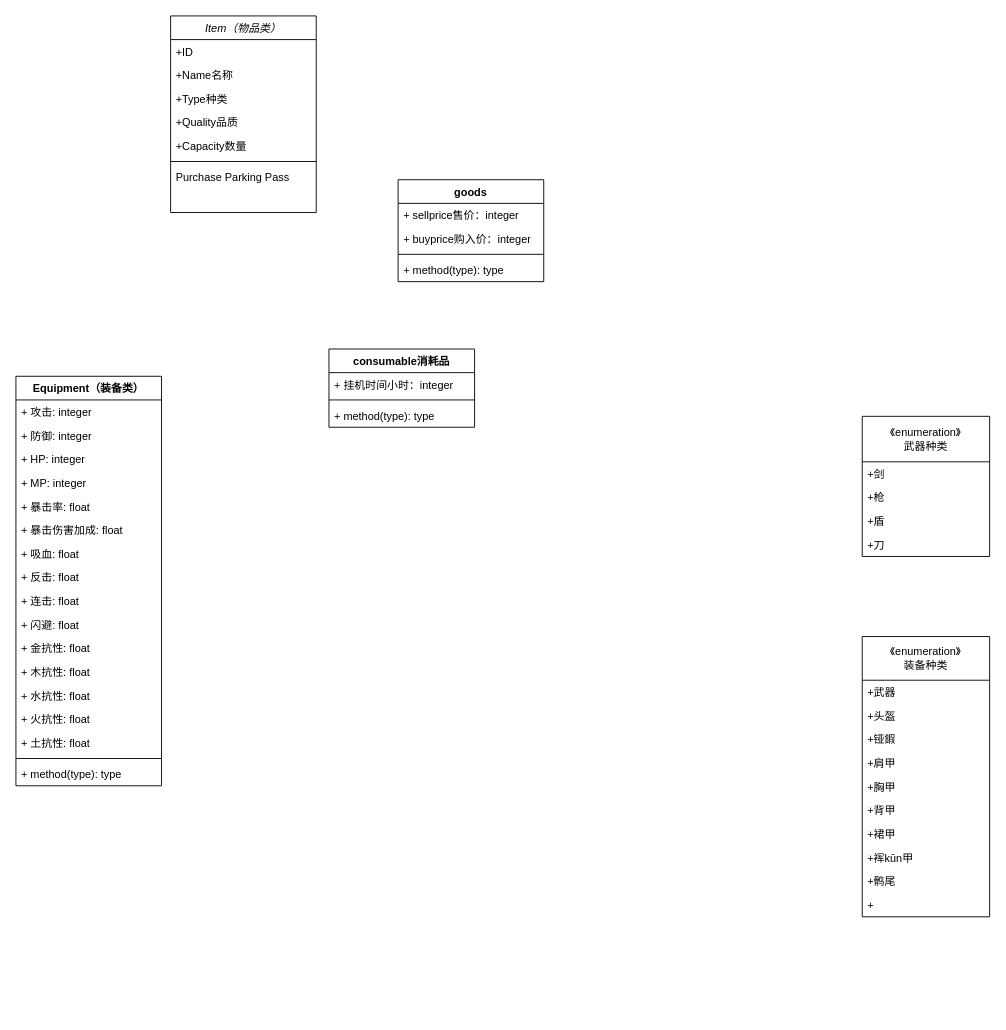
The draw.io diagram page "Page-1" (1 of 2) of Drawio/class-diagram.drawio in lvxingzhe32/IDLE-Game, before the edit. Source tidied: cells renumbered, new cells numbered last; positions are measured from the earlier drawing's top-left corner, leaving out a move shared by most shapes. Both pictures are drawn from the tidied source at 91%, with x=0, y=0 at pixel (15, 15).
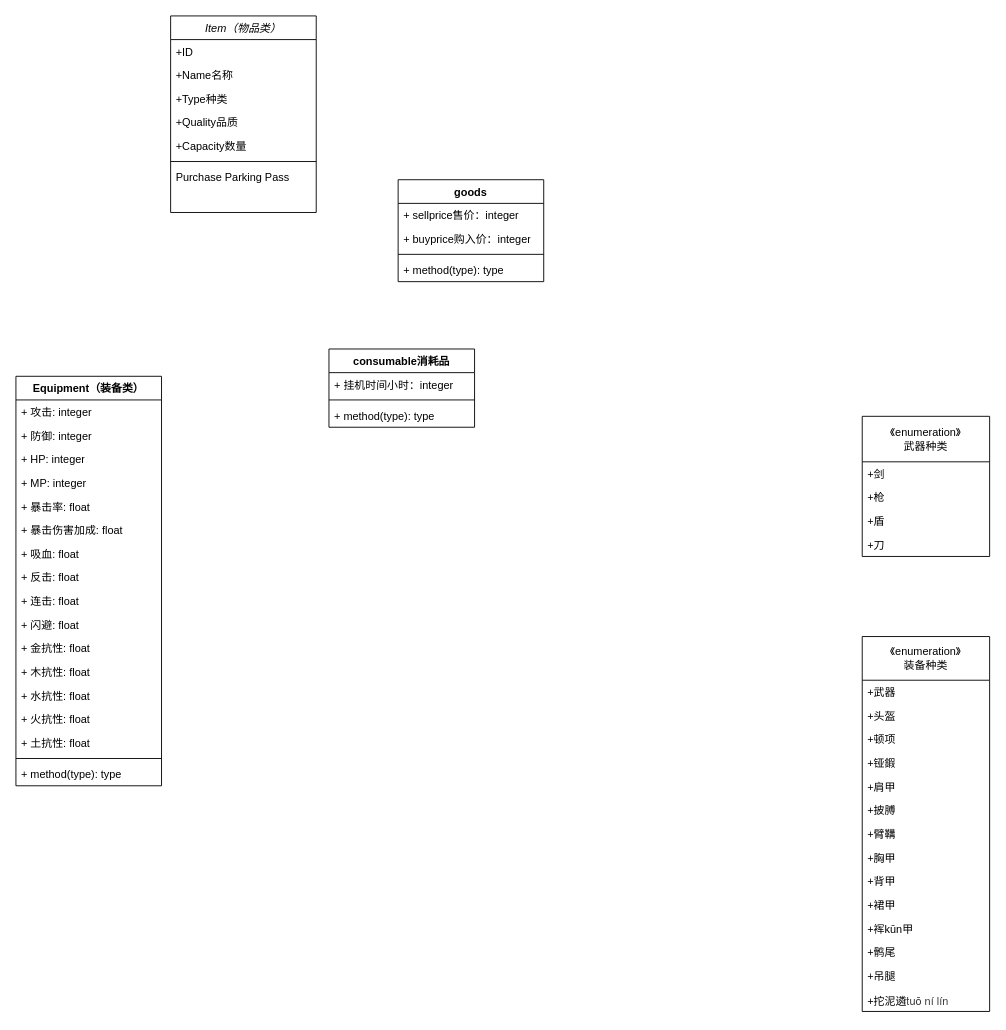
Above is the later version.

Diff of the diagram source:
```diff
@@
     <mxCell id="42" value="《enumeration》&lt;div&gt;装备种类&lt;/div&gt;" style="swimlane;fontStyle=0;horizontal=1;startSize=48;fillColor=none;whiteSpace=wrap;html=1;" parent="1" vertex="1">
-      <mxGeometry x="930" y="682" width="140" height="308" as="geometry" />
+      <mxGeometry x="930" y="682" width="140" height="412" as="geometry" />
     </mxCell>
@@
+    <mxCell id="53" value="+顿项" style="text;strokeColor=none;fillColor=none;align=left;verticalAlign=top;spacingLeft=4;spacingRight=4;overflow=hidden;whiteSpace=wrap;html=1;" parent="42" vertex="1">
+      <mxGeometry y="100" width="140" height="26" as="geometry" />
+    </mxCell>
     <mxCell id="45" value="+铔鍜" style="text;strokeColor=none;fillColor=none;align=left;verticalAlign=top;spacingLeft=4;spacingRight=4;overflow=hidden;whiteSpace=wrap;html=1;" parent="42" vertex="1">
-      <mxGeometry y="100" width="140" height="26" as="geometry" />
+      <mxGeometry y="126" width="140" height="26" as="geometry" />
     </mxCell>
     <mxCell id="46" value="+肩甲" style="text;strokeColor=none;fillColor=none;align=left;verticalAlign=top;spacingLeft=4;spacingRight=4;overflow=hidden;whiteSpace=wrap;html=1;" parent="42" vertex="1">
-      <mxGeometry y="126" width="140" height="26" as="geometry" />
+      <mxGeometry y="152" width="140" height="26" as="geometry" />
     </mxCell>
+    <mxCell id="54" value="+披膊" style="text;strokeColor=none;fillColor=none;align=left;verticalAlign=top;spacingLeft=4;spacingRight=4;overflow=hidden;whiteSpace=wrap;html=1;" parent="42" vertex="1">
+      <mxGeometry y="178" width="140" height="26" as="geometry" />
+    </mxCell>
+    <mxCell id="55" value="+臂鞲" style="text;strokeColor=none;fillColor=none;align=left;verticalAlign=top;spacingLeft=4;spacingRight=4;overflow=hidden;whiteSpace=wrap;html=1;" parent="42" vertex="1">
+      <mxGeometry y="204" width="140" height="26" as="geometry" />
+    </mxCell>
     <mxCell id="47" value="+胸甲" style="text;strokeColor=none;fillColor=none;align=left;verticalAlign=top;spacingLeft=4;spacingRight=4;overflow=hidden;whiteSpace=wrap;html=1;" parent="42" vertex="1">
-      <mxGeometry y="152" width="140" height="26" as="geometry" />
+      <mxGeometry y="230" width="140" height="26" as="geometry" />
     </mxCell>
     <mxCell id="48" value="+背甲" style="text;strokeColor=none;fillColor=none;align=left;verticalAlign=top;spacingLeft=4;spacingRight=4;overflow=hidden;whiteSpace=wrap;html=1;" parent="42" vertex="1">
-      <mxGeometry y="178" width="140" height="26" as="geometry" />
+      <mxGeometry y="256" width="140" height="26" as="geometry" />
     </mxCell>
     <mxCell id="49" value="+裙甲" style="text;strokeColor=none;fillColor=none;align=left;verticalAlign=top;spacingLeft=4;spacingRight=4;overflow=hidden;whiteSpace=wrap;html=1;" parent="42" vertex="1">
-      <mxGeometry y="204" width="140" height="26" as="geometry" />
+      <mxGeometry y="282" width="140" height="26" as="geometry" />
     </mxCell>
     <mxCell id="50" value="+裈kūn甲" style="text;strokeColor=none;fillColor=none;align=left;verticalAlign=top;spacingLeft=4;spacingRight=4;overflow=hidden;whiteSpace=wrap;html=1;" parent="42" vertex="1">
-      <mxGeometry y="230" width="140" height="26" as="geometry" />
+      <mxGeometry y="308" width="140" height="26" as="geometry" />
     </mxCell>
     <mxCell id="51" value="+鹘尾" style="text;strokeColor=none;fillColor=none;align=left;verticalAlign=top;spacingLeft=4;spacingRight=4;overflow=hidden;whiteSpace=wrap;html=1;" parent="42" vertex="1">
-      <mxGeometry y="256" width="140" height="26" as="geometry" />
+      <mxGeometry y="334" width="140" height="26" as="geometry" />
     </mxCell>
-    <mxCell id="52" value="+" style="text;strokeColor=none;fillColor=none;align=left;verticalAlign=top;spacingLeft=4;spacingRight=4;overflow=hidden;whiteSpace=wrap;html=1;" parent="42" vertex="1">
-      <mxGeometry y="282" width="140" height="26" as="geometry" />
+    <mxCell id="52" value="+吊腿" style="text;strokeColor=none;fillColor=none;align=left;verticalAlign=top;spacingLeft=4;spacingRight=4;overflow=hidden;whiteSpace=wrap;html=1;" parent="42" vertex="1">
+      <mxGeometry y="360" width="140" height="26" as="geometry" />
     </mxCell>
+    <mxCell id="56" value="+拕泥遴&lt;span style=&quot;background-color: rgb(255, 255, 255); color: rgb(51, 51, 51); font-family: &amp;quot;Helvetica Neue&amp;quot;, Helvetica, Arial, &amp;quot;PingFang SC&amp;quot;, &amp;quot;Hiragino Sans GB&amp;quot;, &amp;quot;Microsoft YaHei&amp;quot;, &amp;quot;WenQuanYi Micro Hei&amp;quot;, sans-serif;&quot;&gt;tuō ní lín&lt;/span&gt;" style="text;strokeColor=none;fillColor=none;align=left;verticalAlign=top;spacingLeft=4;spacingRight=4;overflow=hidden;whiteSpace=wrap;html=1;" parent="42" vertex="1">
+      <mxGeometry y="386" width="140" height="26" as="geometry" />
+    </mxCell>
```
